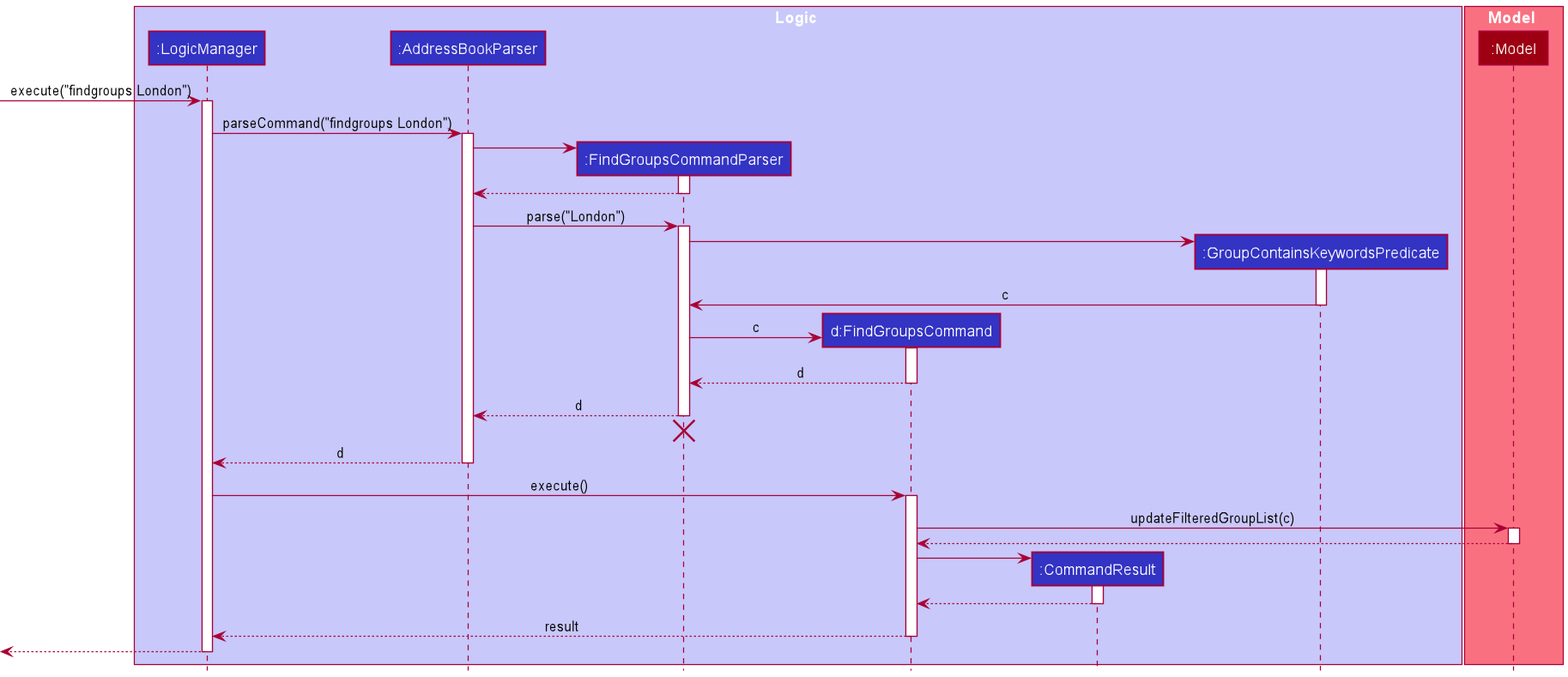
ramapriyan912001/tp keeps this PlantUML diagram as docs/images/FindGroupsSequenceDiagram.png. Above is the earlier version. Source of this version:
```plantuml
@startuml
!include style.puml

box Logic LOGIC_COLOR_T1
participant ":LogicManager" as LogicManager LOGIC_COLOR
participant ":AddressBookParser" as AddressBookParser LOGIC_COLOR
participant ":FindGroupsCommandParser" as FindGroupsCommandParser LOGIC_COLOR
participant "d:FindGroupsCommand" as FindGroupsCommand LOGIC_COLOR
participant ":CommandResult" as CommandResult LOGIC_COLOR
participant ":GroupContainsKeywordsPredicate" as GroupContainsKeywordsPredicate LOGIC_COLOR
end box

box Model MODEL_COLOR_T1
participant ":Model" as Model MODEL_COLOR
end box

[-> LogicManager : execute("findgroups London")
activate LogicManager

LogicManager -> AddressBookParser : parseCommand("findgroups London")
activate AddressBookParser

create FindGroupsCommandParser
AddressBookParser -> FindGroupsCommandParser
activate FindGroupsCommandParser

FindGroupsCommandParser --> AddressBookParser
deactivate FindGroupsCommandParser

AddressBookParser -> FindGroupsCommandParser : parse("London")
activate FindGroupsCommandParser

create GroupContainsKeywordsPredicate
FindGroupsCommandParser -> GroupContainsKeywordsPredicate
activate GroupContainsKeywordsPredicate

GroupContainsKeywordsPredicate -> FindGroupsCommandParser : c
deactivate GroupContainsKeywordsPredicate

create FindGroupsCommand
FindGroupsCommandParser -> FindGroupsCommand : c
activate FindGroupsCommand

FindGroupsCommand --> FindGroupsCommandParser : d
deactivate FindGroupsCommand

FindGroupsCommandParser --> AddressBookParser : d
deactivate FindGroupsCommandParser
FindGroupsCommandParser -[hidden]-> AddressBookParser
destroy FindGroupsCommandParser

AddressBookParser --> LogicManager : d
deactivate AddressBookParser

LogicManager -> FindGroupsCommand : execute()
activate FindGroupsCommand

FindGroupsCommand -> Model : updateFilteredGroupList(c)
activate Model

Model --> FindGroupsCommand
deactivate Model

create CommandResult
FindGroupsCommand -> CommandResult
activate CommandResult

CommandResult --> FindGroupsCommand
deactivate CommandResult

FindGroupsCommand --> LogicManager : result
deactivate FindGroupsCommand

[<--LogicManager
deactivate LogicManager
@enduml
```
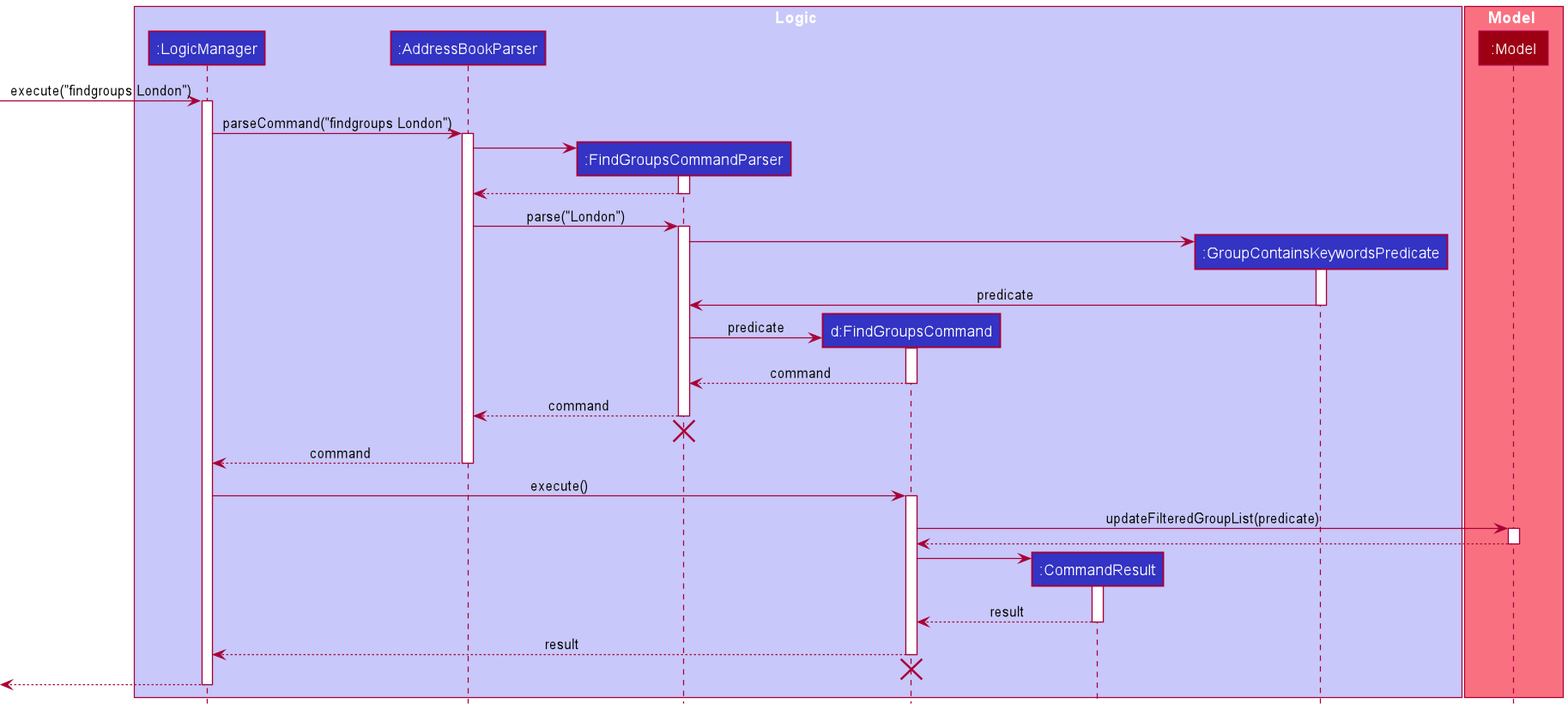
The same diagram one commit later.

Change to the diagram source:
```diff
@@ -34,28 +34,28 @@
 FindGroupsCommandParser -> GroupContainsKeywordsPredicate
 activate GroupContainsKeywordsPredicate
 
-GroupContainsKeywordsPredicate -> FindGroupsCommandParser : c
+GroupContainsKeywordsPredicate -> FindGroupsCommandParser : predicate
 deactivate GroupContainsKeywordsPredicate
 
 create FindGroupsCommand
-FindGroupsCommandParser -> FindGroupsCommand : c
+FindGroupsCommandParser -> FindGroupsCommand : predicate
 activate FindGroupsCommand
 
-FindGroupsCommand --> FindGroupsCommandParser : d
+FindGroupsCommand --> FindGroupsCommandParser : command
 deactivate FindGroupsCommand
 
-FindGroupsCommandParser --> AddressBookParser : d
+FindGroupsCommandParser --> AddressBookParser : command
 deactivate FindGroupsCommandParser
 FindGroupsCommandParser -[hidden]-> AddressBookParser
 destroy FindGroupsCommandParser
 
-AddressBookParser --> LogicManager : d
+AddressBookParser --> LogicManager : command
 deactivate AddressBookParser
 
 LogicManager -> FindGroupsCommand : execute()
 activate FindGroupsCommand
 
-FindGroupsCommand -> Model : updateFilteredGroupList(c)
+FindGroupsCommand -> Model : updateFilteredGroupList(predicate)
 activate Model
 
 Model --> FindGroupsCommand
@@ -65,11 +65,14 @@
 FindGroupsCommand -> CommandResult
 activate CommandResult
 
-CommandResult --> FindGroupsCommand
+CommandResult --> FindGroupsCommand : result
 deactivate CommandResult
 
 FindGroupsCommand --> LogicManager : result
 deactivate FindGroupsCommand
+FindGroupsCommand -[hidden]-> AddressBookParser
+destroy FindGroupsCommand
+
 
 [<--LogicManager
 deactivate LogicManager
```
